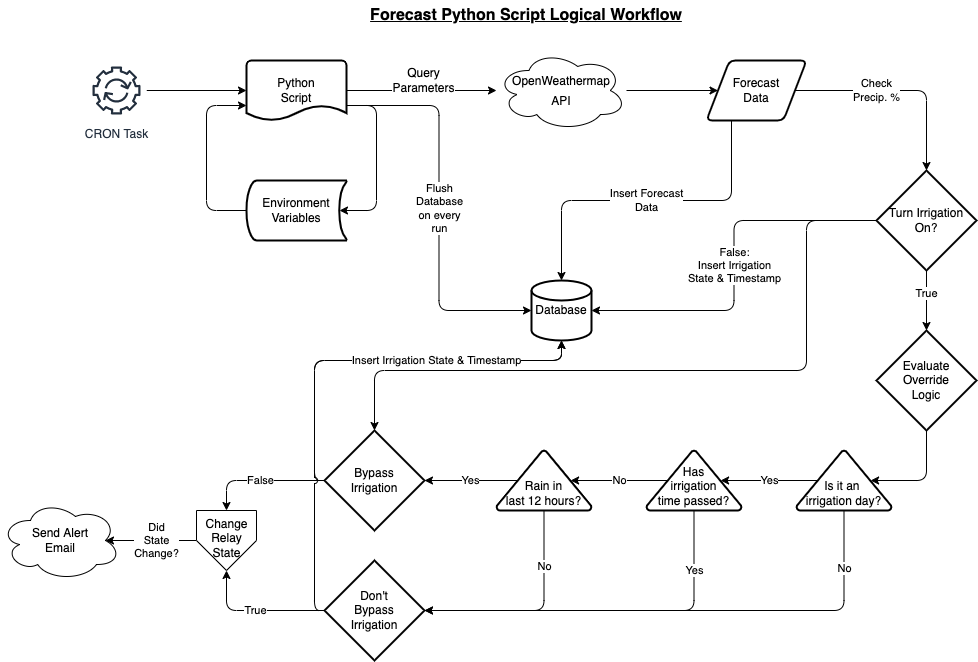
Earlier version of the draw.io export assets/forecast_logic_workflow.png (miarond/RPi_Irrigation_Bypass_Sensor). Source tidied: cells renumbered, new cells last; positions are measured from the earlier drawing's top-left corner, leaving out a move shared by most shapes.
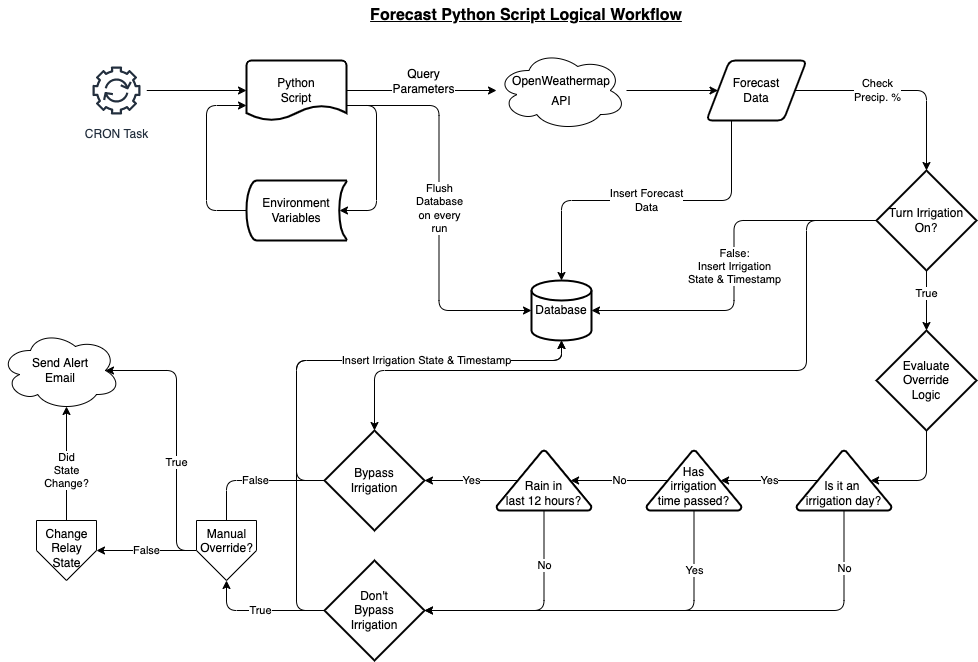
The same file after the commit.

Change to the diagram source:
```diff
@@ -124,14 +124,14 @@
     <mxCell id="32" value="Has&lt;br&gt;irrigation&lt;br&gt;time passed?" style="strokeWidth=2;html=1;shape=mxgraph.flowchart.extract_or_measurement;whiteSpace=wrap;verticalAlign=bottom;" parent="1" vertex="1">
       <mxGeometry x="646" y="450" width="95" height="60" as="geometry" />
     </mxCell>
-    <mxCell id="33" value="False" style="edgeStyle=orthogonalEdgeStyle;html=1;exitX=0;exitY=0.5;exitDx=0;exitDy=0;exitPerimeter=0;entryX=0.5;entryY=0;entryDx=0;entryDy=0;" parent="1" edge="1" source="35" target="40">
+    <mxCell id="33" value="False" style="edgeStyle=orthogonalEdgeStyle;html=1;exitX=0;exitY=0.5;exitDx=0;exitDy=0;exitPerimeter=0;entryX=1;entryY=0.5;entryDx=0;entryDy=0;startArrow=none;" parent="1" edge="1" source="43" target="40">
       <mxGeometry relative="1" as="geometry" />
     </mxCell>
     <mxCell id="34" style="edgeStyle=orthogonalEdgeStyle;html=1;exitX=0;exitY=0.5;exitDx=0;exitDy=0;exitPerimeter=0;entryX=0.5;entryY=1;entryDx=0;entryDy=0;entryPerimeter=0;" parent="1" edge="1" source="35" target="23">
       <mxGeometry relative="1" as="geometry">
         <Array as="points">
-          <mxPoint x="314" y="480" />
-          <mxPoint x="314" y="360" />
+          <mxPoint x="296" y="480" />
+          <mxPoint x="296" y="360" />
           <mxPoint x="561" y="360" />
         </Array>
       </mxGeometry>
@@ -139,14 +139,14 @@
     <mxCell id="35" value="Bypass&lt;br&gt;Irrigation" style="strokeWidth=2;html=1;shape=mxgraph.flowchart.decision;whiteSpace=wrap;" parent="1" vertex="1">
       <mxGeometry x="324" y="430" width="100" height="100" as="geometry" />
     </mxCell>
-    <mxCell id="36" value="True" style="edgeStyle=orthogonalEdgeStyle;html=1;exitX=0;exitY=0.5;exitDx=0;exitDy=0;exitPerimeter=0;entryX=0.5;entryY=1;entryDx=0;entryDy=0;" parent="1" edge="1" source="38" target="40">
+    <mxCell id="36" value="True" style="edgeStyle=orthogonalEdgeStyle;html=1;exitX=0;exitY=0.5;exitDx=0;exitDy=0;exitPerimeter=0;entryX=0.5;entryY=1;entryDx=0;entryDy=0;" parent="1" edge="1" source="38" target="43">
       <mxGeometry relative="1" as="geometry" />
     </mxCell>
     <mxCell id="37" value="Insert Irrigation State &amp;amp; Timestamp" style="edgeStyle=orthogonalEdgeStyle;html=1;exitX=0;exitY=0.5;exitDx=0;exitDy=0;exitPerimeter=0;entryX=0.5;entryY=1;entryDx=0;entryDy=0;entryPerimeter=0;jumpStyle=arc;" parent="1" edge="1" source="38" target="23">
       <mxGeometry x="0.45" relative="1" as="geometry">
         <Array as="points">
-          <mxPoint x="314" y="610" />
-          <mxPoint x="314" y="360" />
+          <mxPoint x="296" y="610" />
+          <mxPoint x="296" y="360" />
           <mxPoint x="561" y="360" />
         </Array>
       </mxGeometry>
@@ -154,14 +154,28 @@
     <mxCell id="38" value="Don't&lt;br&gt;Bypass&lt;br&gt;Irrigation" style="strokeWidth=2;html=1;shape=mxgraph.flowchart.decision;whiteSpace=wrap;" parent="1" vertex="1">
       <mxGeometry x="324" y="560" width="100" height="100" as="geometry" />
     </mxCell>
-    <mxCell id="39" value="Did&lt;br&gt;State&lt;br&gt;Change?" style="edgeStyle=orthogonalEdgeStyle;jumpStyle=arc;html=1;exitX=0;exitY=0.5;exitDx=0;exitDy=0;entryX=0.875;entryY=0.5;entryDx=0;entryDy=0;entryPerimeter=0;" parent="1" edge="1" source="40" target="41">
+    <mxCell id="39" value="Did&lt;br&gt;State&lt;br&gt;Change?" style="edgeStyle=orthogonalEdgeStyle;jumpStyle=arc;html=1;exitX=0.5;exitY=0;exitDx=0;exitDy=0;entryX=0.55;entryY=0.95;entryDx=0;entryDy=0;entryPerimeter=0;" parent="1" edge="1" source="40" target="41">
       <mxGeometry x="-0.12" relative="1" as="geometry" />
     </mxCell>
     <mxCell id="40" value="Change&lt;br&gt;Relay&lt;br&gt;State" style="verticalLabelPosition=middle;verticalAlign=top;html=1;shape=offPageConnector;rounded=0;size=0.5;labelPosition=center;align=center;" parent="1" vertex="1">
-      <mxGeometry x="196" y="510" width="60" height="60" as="geometry" />
+      <mxGeometry x="36" y="520" width="60" height="60" as="geometry" />
     </mxCell>
     <mxCell id="41" value="Send Alert&lt;br&gt;Email" style="ellipse;shape=cloud;whiteSpace=wrap;html=1;" parent="1" vertex="1">
-      <mxGeometry y="500" width="120" height="80" as="geometry" />
+      <mxGeometry y="330" width="120" height="80" as="geometry" />
     </mxCell>
+    <mxCell id="42" value="True" style="edgeStyle=orthogonalEdgeStyle;html=1;exitX=0;exitY=0.5;exitDx=0;exitDy=0;entryX=0.875;entryY=0.5;entryDx=0;entryDy=0;entryPerimeter=0;" parent="1" edge="1" source="43" target="41">
+      <mxGeometry x="-0.2" relative="1" as="geometry">
+        <Array as="points">
+          <mxPoint x="176" y="550" />
+          <mxPoint x="176" y="370" />
+        </Array>
+      </mxGeometry>
+    </mxCell>
+    <mxCell id="43" value="Manual&lt;br&gt;Override?" style="verticalLabelPosition=middle;verticalAlign=top;html=1;shape=offPageConnector;rounded=0;size=0.5;labelPosition=center;align=center;" parent="1" vertex="1">
+      <mxGeometry x="196" y="520" width="60" height="60" as="geometry" />
+    </mxCell>
+    <mxCell id="44" value="False" style="edgeStyle=orthogonalEdgeStyle;html=1;exitX=0;exitY=0.5;exitDx=0;exitDy=0;exitPerimeter=0;entryX=0.5;entryY=0;entryDx=0;entryDy=0;endArrow=none;" parent="1" edge="1" source="35" target="43">
+      <mxGeometry relative="1" as="geometry" />
+    </mxCell>
   </root>
 </mxGraphModel>
```
